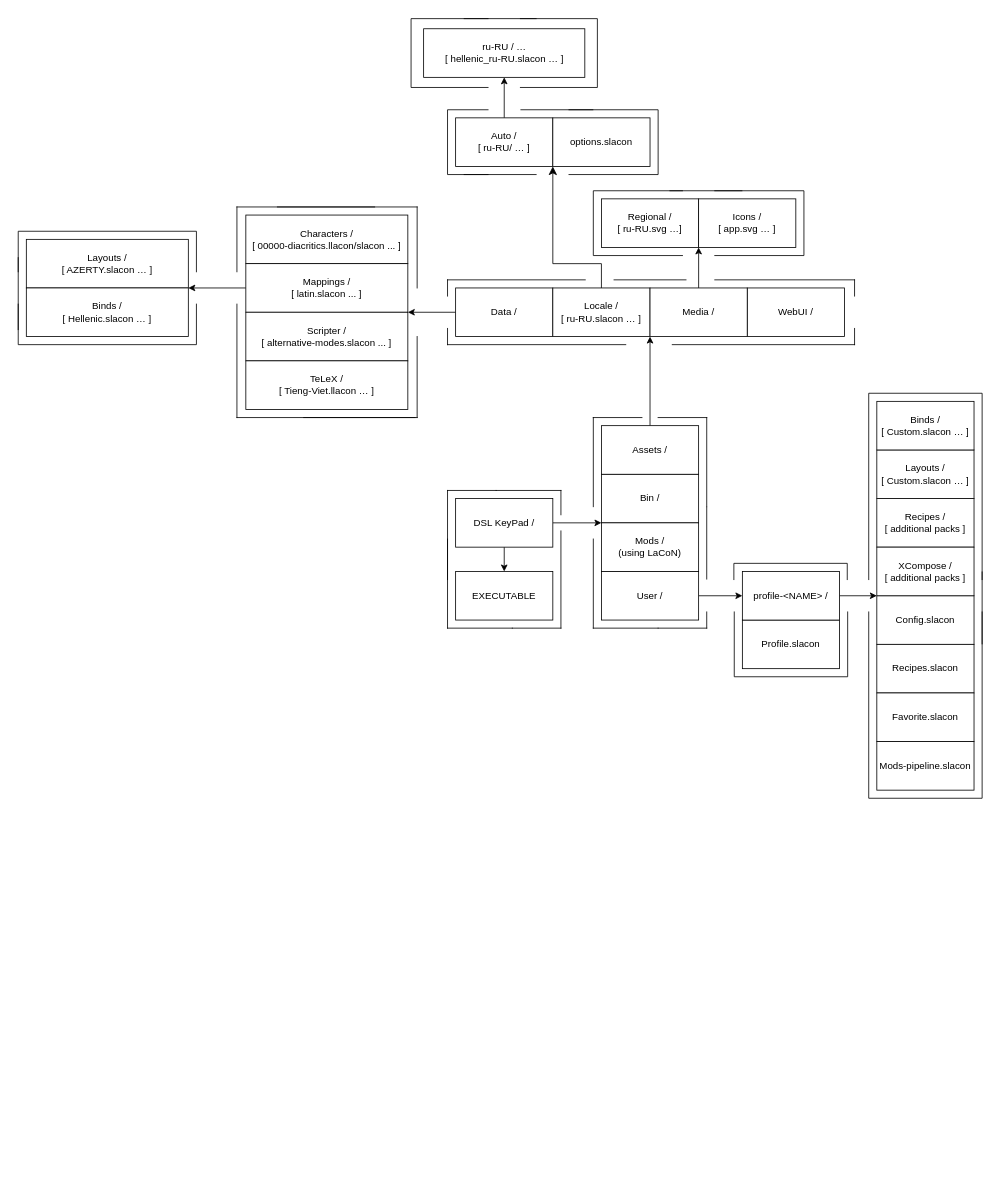
This is plan.drawio from DemerNkardaz/DSL-KeyPad-rs, a draw.io file, before an edit. Source tidied: cells renumbered, new cells numbered last; positions are measured from the earlier drawing's top-left corner, leaving out a move shared by most shapes. Both pictures are drawn from the tidied source at 81%, with x=0, y=0 at pixel (14, 14).
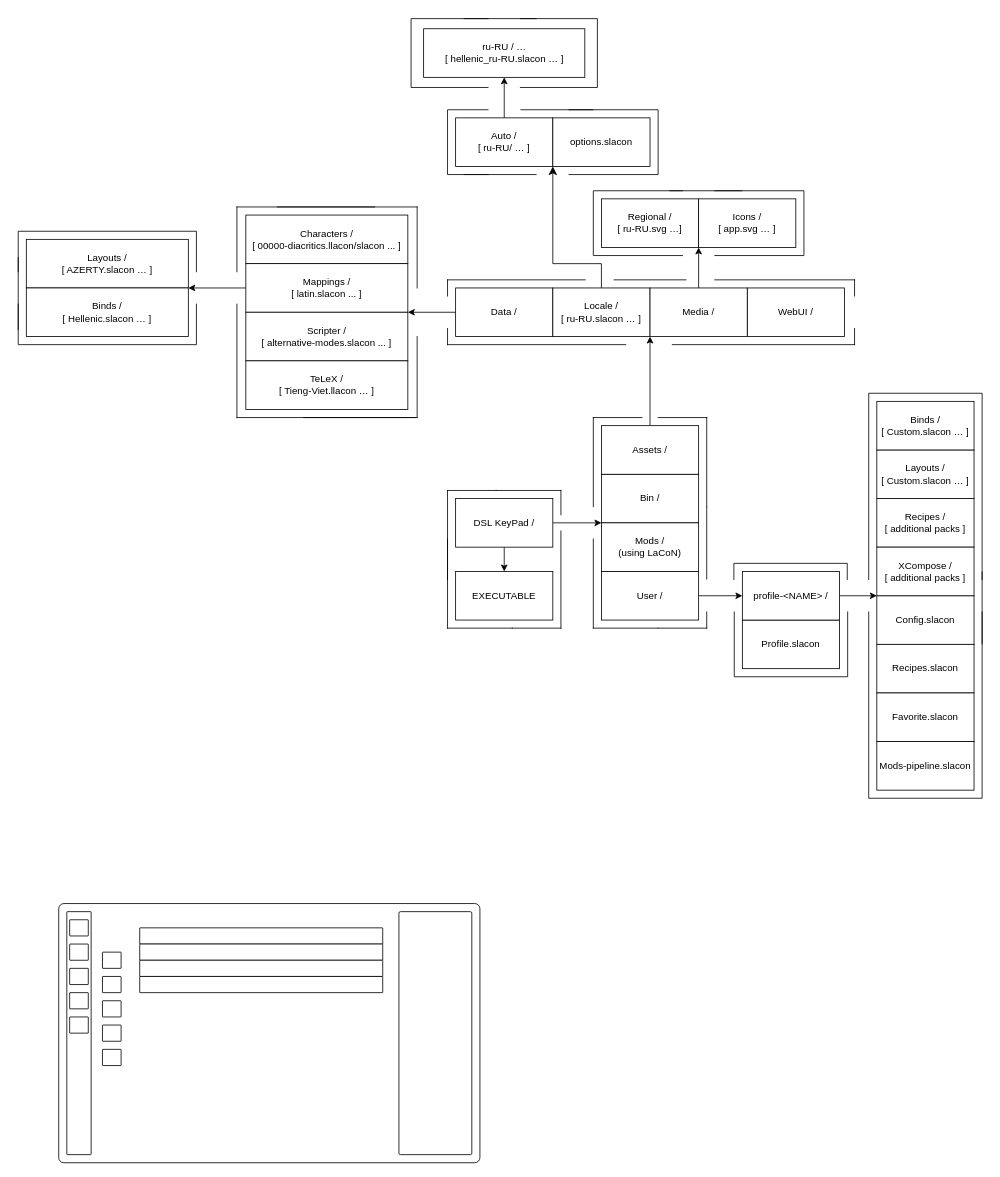
Above is the later version.

Change to the diagram source:
```diff
@@
+    <mxCell id="80" style="rounded=1;whiteSpace=wrap;html=1;arcSize=2;" parent="1" vertex="1">
+      <mxGeometry x="55" y="1098" width="520" height="320" as="geometry" />
+    </mxCell>
+    <mxCell id="81" style="rounded=1;whiteSpace=wrap;html=1;arcSize=2;" parent="1" vertex="1">
+      <mxGeometry x="65" y="1108" width="30" height="300" as="geometry" />
+    </mxCell>
+    <mxCell id="82" style="rounded=1;whiteSpace=wrap;html=1;arcSize=2;" parent="1" vertex="1">
+      <mxGeometry x="475" y="1108" width="90" height="300" as="geometry" />
+    </mxCell>
+    <mxCell id="83" style="rounded=1;whiteSpace=wrap;html=1;arcSize=2;" parent="1" vertex="1">
+      <mxGeometry x="68.5" y="1118" width="23" height="20" as="geometry" />
+    </mxCell>
+    <mxCell id="84" style="rounded=1;whiteSpace=wrap;html=1;arcSize=2;" parent="1" vertex="1">
+      <mxGeometry x="68.5" y="1148" width="23" height="20" as="geometry" />
+    </mxCell>
+    <mxCell id="85" style="rounded=1;whiteSpace=wrap;html=1;arcSize=2;" parent="1" vertex="1">
+      <mxGeometry x="68.5" y="1178" width="23" height="20" as="geometry" />
+    </mxCell>
+    <mxCell id="86" style="rounded=1;whiteSpace=wrap;html=1;arcSize=2;" parent="1" vertex="1">
+      <mxGeometry x="68.5" y="1208" width="23" height="20" as="geometry" />
+    </mxCell>
+    <mxCell id="87" style="rounded=1;whiteSpace=wrap;html=1;arcSize=2;" parent="1" vertex="1">
+      <mxGeometry x="68.5" y="1238" width="23" height="20" as="geometry" />
+    </mxCell>
+    <mxCell id="88" style="group;" parent="1" vertex="1">
+      <mxGeometry x="109" y="1158" width="23" height="140" as="geometry" />
+    </mxCell>
+    <mxCell id="89" style="rounded=1;whiteSpace=wrap;html=1;arcSize=2;" parent="88" vertex="1">
+      <mxGeometry width="23" height="20" as="geometry" />
+    </mxCell>
+    <mxCell id="90" style="rounded=1;whiteSpace=wrap;html=1;arcSize=2;" parent="88" vertex="1">
+      <mxGeometry y="30" width="23" height="20" as="geometry" />
+    </mxCell>
+    <mxCell id="91" style="rounded=1;whiteSpace=wrap;html=1;arcSize=2;" parent="88" vertex="1">
+      <mxGeometry y="60" width="23" height="20" as="geometry" />
+    </mxCell>
+    <mxCell id="92" style="rounded=1;whiteSpace=wrap;html=1;arcSize=2;" parent="88" vertex="1">
+      <mxGeometry y="90" width="23" height="20" as="geometry" />
+    </mxCell>
+    <mxCell id="93" style="rounded=1;whiteSpace=wrap;html=1;arcSize=2;" parent="88" vertex="1">
+      <mxGeometry y="120" width="23" height="20" as="geometry" />
+    </mxCell>
+    <mxCell id="94" style="rounded=1;whiteSpace=wrap;html=1;arcSize=2;" parent="1" vertex="1">
+      <mxGeometry x="155" y="1128" width="300" height="20" as="geometry" />
+    </mxCell>
+    <mxCell id="95" style="rounded=1;whiteSpace=wrap;html=1;arcSize=2;" parent="1" vertex="1">
+      <mxGeometry x="155" y="1148" width="300" height="20" as="geometry" />
+    </mxCell>
+    <mxCell id="96" style="rounded=1;whiteSpace=wrap;html=1;arcSize=2;" parent="1" vertex="1">
+      <mxGeometry x="155" y="1168" width="300" height="20" as="geometry" />
+    </mxCell>
+    <mxCell id="97" style="rounded=1;whiteSpace=wrap;html=1;arcSize=2;" parent="1" vertex="1">
+      <mxGeometry x="155" y="1188" width="300" height="20" as="geometry" />
+    </mxCell>
```
